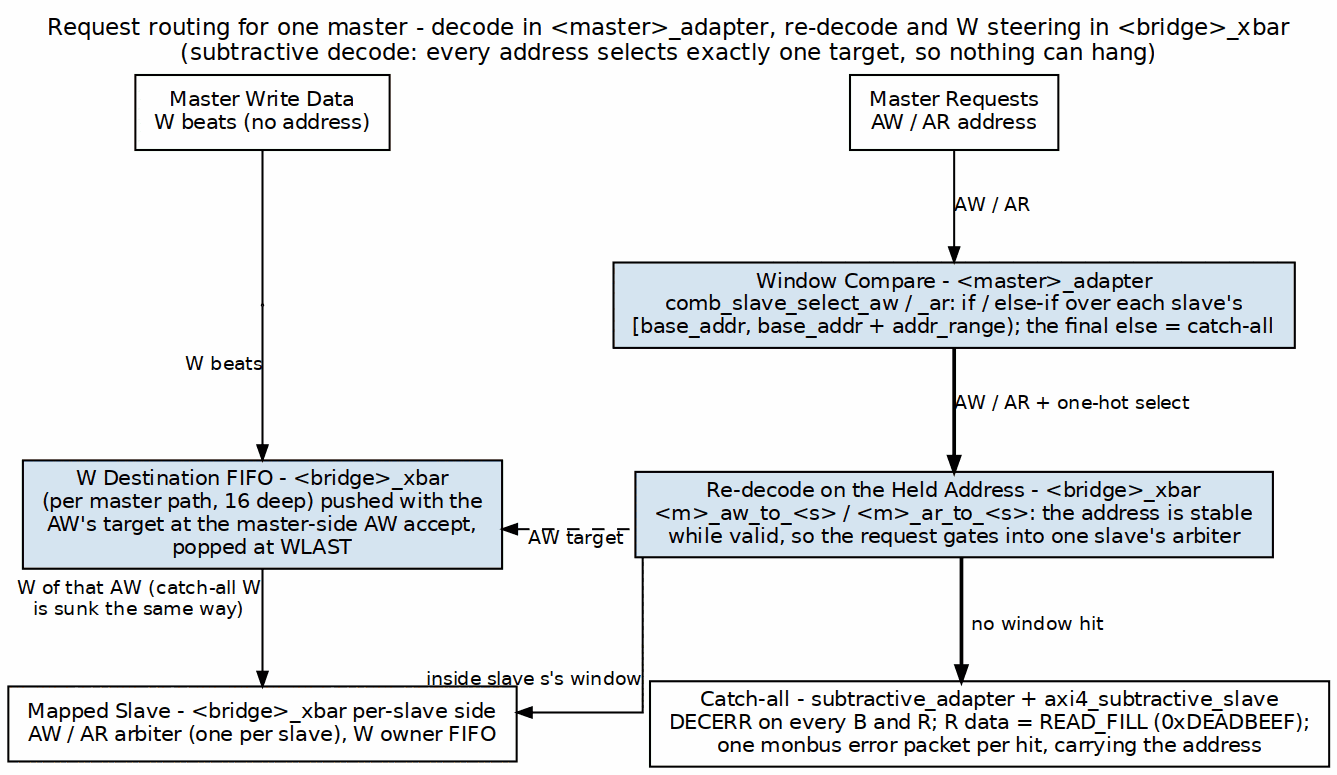
Above: projects/components/fabric-gen-ip/bridge/docs/bridge_mas/assets/graphviz/slave_router.png in sean-galloway/RTLDesignSherpa (Graphviz), before the change. Its source is kept beside it as projects/components/fabric-gen-ip/bridge/docs/bridge_mas/assets/graphviz/slave_router.dot. The source it was exported from:
```dot
digraph slave_router {
    graph [rankdir=TB, bgcolor="white", fontname="Helvetica", fontsize=11,
           nodesep="0.45", ranksep="0.60", splines=ortho, labelloc=t,
           label="Request routing for one master - decode in <master>_adapter, re-decode and W steering in <bridge>_xbar\n(subtractive decode: every address selects exactly one target, so nothing can hang)"];
    node  [fontname="Helvetica", fontsize=10, shape=box, style=filled,
           fillcolor="#D6E4F0", color="black", margin="0.12,0.06"];
    edge  [fontname="Helvetica", fontsize=9, color="black", arrowsize=0.7];

    pw [label="Master Write Data\nW beats (no address)", fillcolor="white", group=L];
    pc [label="Master Requests\nAW / AR address", fillcolor="white", group=C];
    { rank=same; pw; pc; }
    pw -> pc [style=invis];

    p1 [shape=point, width=0.01, label="", group=L];
    dec [label="Window Compare - <master>_adapter\ncomb_slave_select_aw / _ar: if / else-if over each slave's\n[base_addr, base_addr + addr_range); the final else = catch-all", group=C];
    { rank=same; p1; dec; }
    p1 -> dec [style=invis];

    wdest [label="W Destination FIFO - <bridge>_xbar\n(per master path, 16 deep) pushed with the\nAW's target at the master-side AW accept,\npopped at WLAST", group=L];
    rdec [label="Re-decode on the Held Address - <bridge>_xbar\n<m>_aw_to_<s> / <m>_ar_to_<s>: the address is stable\nwhile valid, so the request gates into one slave's arbiter", group=C];
    { rank=same; wdest; rdec; }
    wdest -> rdec [style=invis];

    slv [label="Mapped Slave - <bridge>_xbar per-slave side\nAW / AR arbiter (one per slave), W owner FIFO", fillcolor="white", group=L];
    cat [group=R, label="Catch-all - subtractive_adapter + axi4_subtractive_slave\nDECERR on every B and R; R data = READ_FILL (0xDEADBEEF);\none monbus error packet per hit, carrying the address", fillcolor="white"];
    { rank=same; slv; cat; }
    slv -> cat [style=invis];

    pw -> p1 [dir=none];
    p1 -> wdest [xlabel="W beats"];
    pc -> dec [label="AW / AR"];
    dec -> rdec [label="AW / AR + one-hot select", penwidth=1.8];
    wdest -> rdec [style=dashed, dir=back, xlabel="AW target"];
    wdest -> slv [xlabel="W of that AW (catch-all W\nis sunk the same way)"];
    rdec -> slv [xlabel="inside slave s's window"];
    rdec -> cat [label="no window hit", penwidth=1.8];
}
```
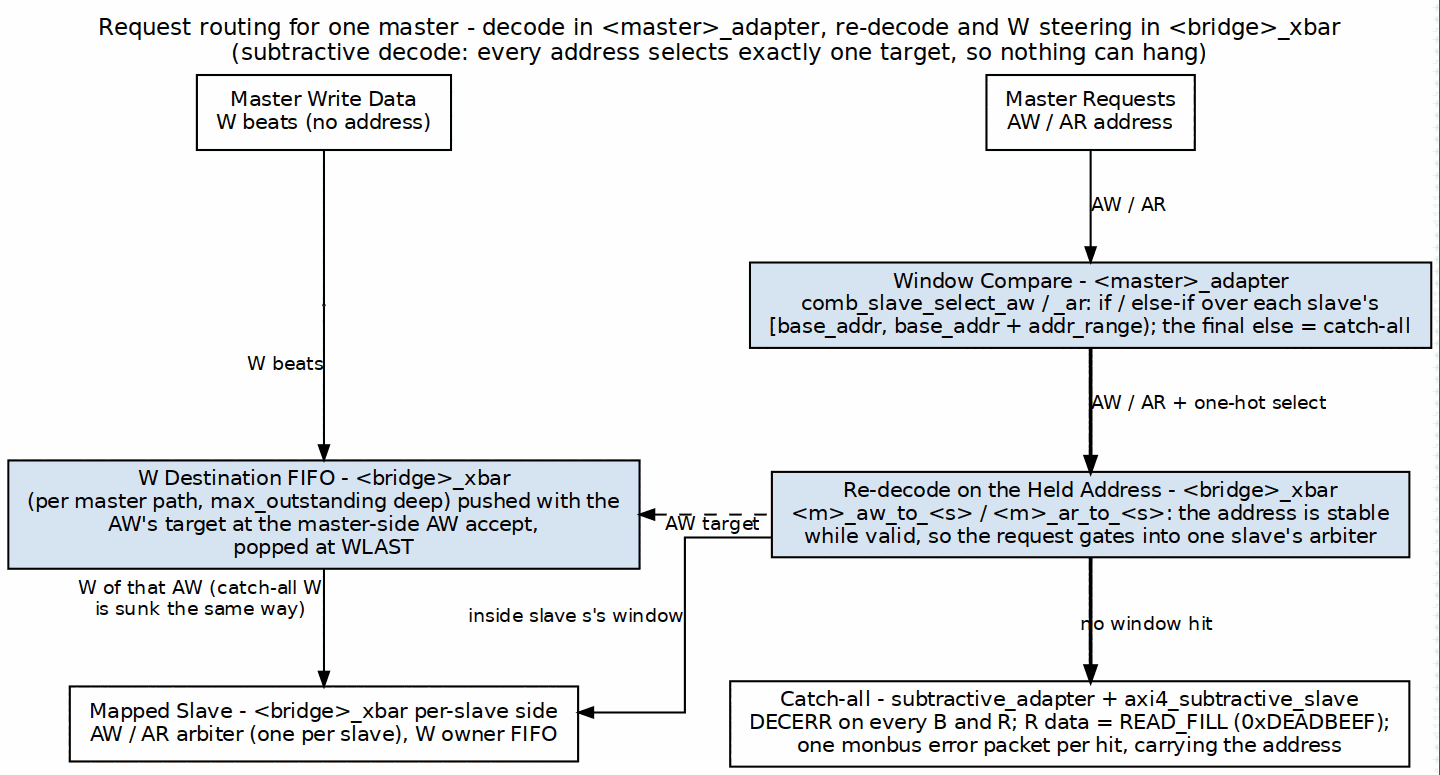
The same diagram one commit later.

Diff of the diagram source:
```diff
@@ -16,7 +16,7 @@
     { rank=same; p1; dec; }
     p1 -> dec [style=invis];
 
-    wdest [label="W Destination FIFO - <bridge>_xbar\n(per master path, 16 deep) pushed with the\nAW's target at the master-side AW accept,\npopped at WLAST", group=L];
+    wdest [label="W Destination FIFO - <bridge>_xbar\n(per master path, max_outstanding deep) pushed with the\nAW's target at the master-side AW accept,\npopped at WLAST", group=L];
     rdec [label="Re-decode on the Held Address - <bridge>_xbar\n<m>_aw_to_<s> / <m>_ar_to_<s>: the address is stable\nwhile valid, so the request gates into one slave's arbiter", group=C];
     { rank=same; wdest; rdec; }
     wdest -> rdec [style=invis];
```
